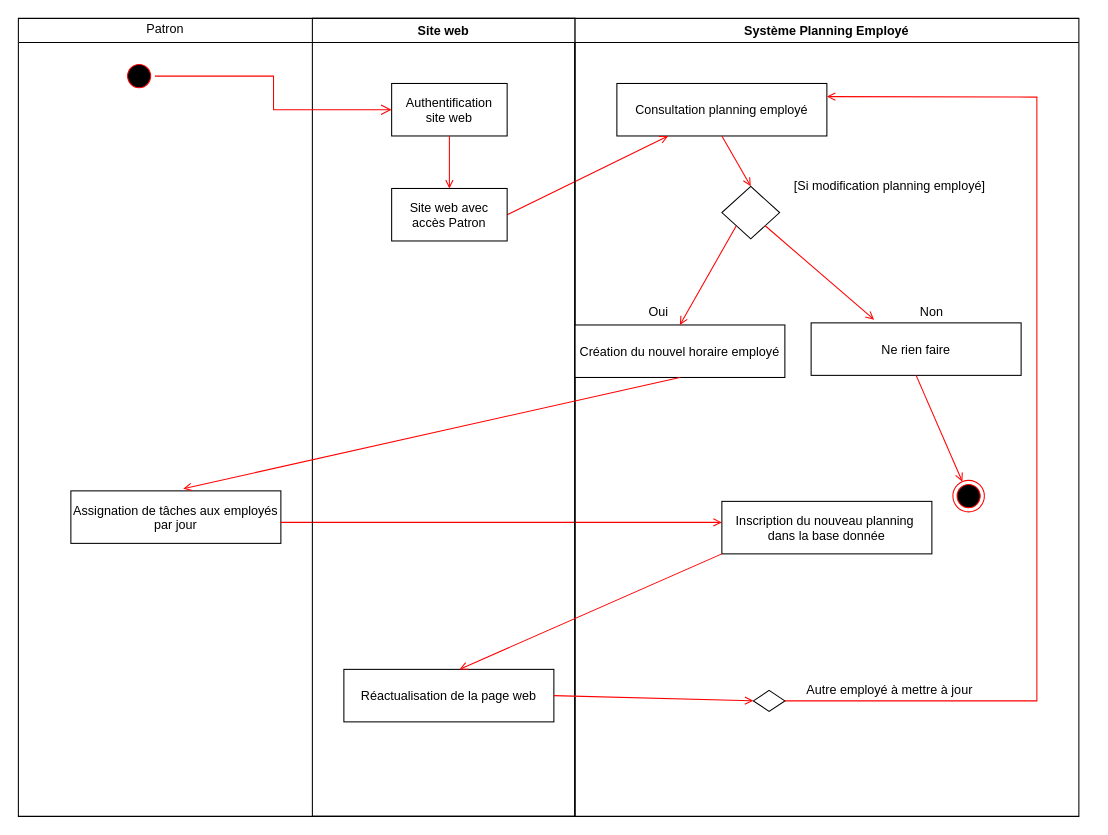
This is diagramme_activite.drawio from NHatim/aca, a draw.io file, before an edit. Source tidied: cells renumbered, new cells numbered last; positions are measured from the earlier drawing's top-left corner, leaving out a move shared by most shapes. Both pictures are drawn from the tidied source at 105%, with x=0, y=0 at pixel (18, 18).
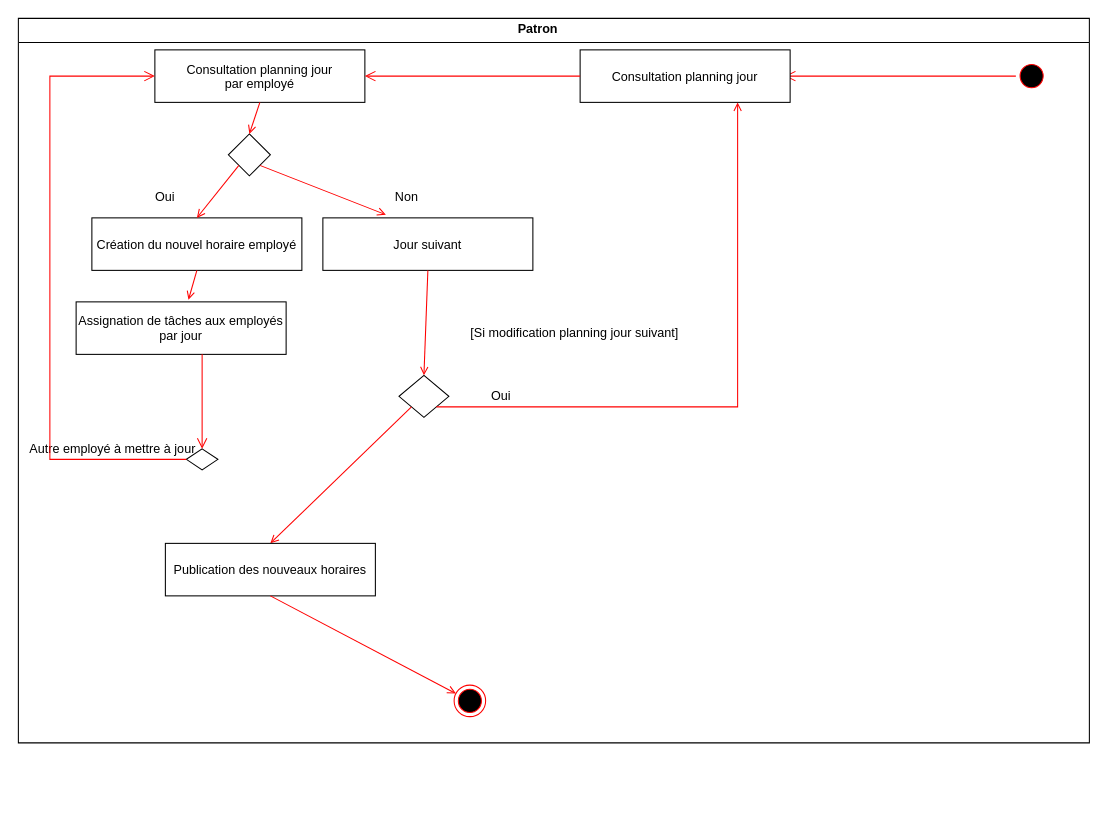
The same diagram, later.

What changed in the source:
```diff
@@
     <mxCell id="2" style="swimlane;whiteSpace=wrap;" parent="1" vertex="1">
-      <mxGeometry width="530" height="760" as="geometry" />
+      <mxGeometry width="1020" height="690" as="geometry" />
     </mxCell>
     <mxCell id="3" style="ellipse;shape=startState;fillColor=#000000;strokeColor=#ff0000;" parent="2" vertex="1">
-      <mxGeometry x="100" y="40" width="30" height="30" as="geometry" />
+      <mxGeometry x="950" y="40" width="30" height="30" as="geometry" />
     </mxCell>
-    <mxCell id="4" value="Patron" style="text;html=1;strokeColor=none;fillColor=none;align=center;verticalAlign=middle;whiteSpace=wrap;rounded=0;" parent="2" vertex="1">
-      <mxGeometry x="100" width="80" height="20" as="geometry" />
+    <mxCell id="4" value="Patron" style="text;html=1;strokeColor=none;fillColor=none;align=center;verticalAlign=middle;whiteSpace=wrap;rounded=0;fontStyle=1;" parent="2" vertex="1">
+      <mxGeometry x="455" width="80" height="20" as="geometry" />
     </mxCell>
-    <mxCell id="5" value="Réactualisation de la page web" parent="2" vertex="1">
-      <mxGeometry x="310" y="620" width="200" height="50" as="geometry" />
-    </mxCell>
     <mxCell id="6" value="Assignation de tâches aux employés&#10;par jour" parent="2" vertex="1">
-      <mxGeometry x="50" y="450" width="200" height="50" as="geometry" />
+      <mxGeometry x="55" y="270" width="200" height="50" as="geometry" />
     </mxCell>
-    <mxCell id="7" style="endArrow=open;strokeColor=#FF0000;endFill=1;rounded=0;" parent="2" edge="1">
-      <mxGeometry relative="1" as="geometry">
-        <mxPoint x="250" y="480" as="sourcePoint" />
-        <mxPoint x="670" y="480" as="targetPoint" />
-      </mxGeometry>
-    </mxCell>
-    <mxCell id="8" value="Système Planning Employé" style="swimlane;whiteSpace=wrap;" parent="1" vertex="1">
-      <mxGeometry x="530" width="480" height="760" as="geometry" />
-    </mxCell>
-    <mxCell id="9" value="Consultation planning employé" parent="8" vertex="1">
-      <mxGeometry x="40" y="62" width="200" height="50" as="geometry" />
+    <mxCell id="9" value="Consultation planning jour&#10;par employé" parent="2" vertex="1">
+      <mxGeometry x="130" y="30" width="200" height="50" as="geometry" />
     </mxCell>
+    <mxCell id="11" style="rhombus;whiteSpace=wrap;html=1;" parent="2" vertex="1">
+      <mxGeometry x="200" y="110" width="40" height="40" as="geometry" />
+    </mxCell>
-    <mxCell id="10" style="endArrow=open;strokeColor=#FF0000;endFill=1;rounded=0;entryX=0.5;entryY=0;entryDx=0;entryDy=0;exitX=0.5;exitY=1;exitDx=0;exitDy=0;" parent="8" edge="1" source="9" target="11">
+    <mxCell id="10" style="endArrow=open;strokeColor=#FF0000;endFill=1;rounded=0;entryX=0.5;entryY=0;entryDx=0;entryDy=0;exitX=0.5;exitY=1;exitDx=0;exitDy=0;" parent="2" edge="1" source="9" target="11">
       <mxGeometry relative="1" as="geometry" />
     </mxCell>
-    <mxCell id="11" style="rhombus;whiteSpace=wrap;html=1;" parent="8" vertex="1">
-      <mxGeometry x="140" y="160" width="55" height="50" as="geometry" />
-    </mxCell>
+    <mxCell id="16" value="Création du nouvel horaire employé" parent="2" vertex="1">
+      <mxGeometry x="70" y="190" width="200" height="50" as="geometry" />
+    </mxCell>
+    <mxCell id="31" style="endArrow=open;strokeColor=#FF0000;endFill=1;rounded=0;exitX=0.5;exitY=1;exitDx=0;exitDy=0;entryX=0.535;entryY=-0.04;entryDx=0;entryDy=0;entryPerimeter=0;" parent="2" edge="1" source="16" target="6">
+      <mxGeometry relative="1" as="geometry" />
+    </mxCell>
+    <mxCell id="18" style="endArrow=open;strokeColor=#FF0000;endFill=1;rounded=0;exitX=0;exitY=1;exitDx=0;exitDy=0;entryX=0.5;entryY=0;entryDx=0;entryDy=0;" parent="2" edge="1" source="11" target="16">
+      <mxGeometry relative="1" as="geometry" />
+    </mxCell>
+    <mxCell id="17" value="Jour suivant" parent="2" vertex="1">
+      <mxGeometry x="290" y="190" width="200" height="50" as="geometry" />
+    </mxCell>
+    <mxCell id="15" style="endArrow=open;strokeColor=#FF0000;endFill=1;rounded=0;exitX=1;exitY=1;exitDx=0;exitDy=0;entryX=0.3;entryY=-0.06;entryDx=0;entryDy=0;entryPerimeter=0;" parent="2" edge="1" source="11" target="17">
+      <mxGeometry relative="1" as="geometry" />
+    </mxCell>
+    <mxCell id="14" value="Non" style="text;html=1;strokeColor=none;fillColor=none;align=center;verticalAlign=middle;whiteSpace=wrap;rounded=0;" parent="2" vertex="1">
+      <mxGeometry x="350" y="160" width="40" height="20" as="geometry" />
+    </mxCell>
+    <mxCell id="13" value="Oui" style="text;html=1;strokeColor=none;fillColor=none;align=center;verticalAlign=middle;whiteSpace=wrap;rounded=0;" parent="2" vertex="1">
+      <mxGeometry x="120" y="160" width="40" height="20" as="geometry" />
+    </mxCell>
-    <mxCell id="12" value="[Si modification planning employé]" style="text;html=1;strokeColor=none;fillColor=none;align=center;verticalAlign=middle;whiteSpace=wrap;rounded=0;" parent="8" vertex="1">
-      <mxGeometry x="180" y="150" width="240" height="20" as="geometry" />
+    <mxCell id="12" value="[Si modification planning jour suivant]" style="text;html=1;strokeColor=none;fillColor=none;align=center;verticalAlign=middle;whiteSpace=wrap;rounded=0;" parent="2" vertex="1">
+      <mxGeometry x="410" y="290" width="240" height="20" as="geometry" />
     </mxCell>
-    <mxCell id="13" value="Oui" style="text;html=1;strokeColor=none;fillColor=none;align=center;verticalAlign=middle;whiteSpace=wrap;rounded=0;" parent="8" vertex="1">
-      <mxGeometry x="60" y="270" width="40" height="20" as="geometry" />
-    </mxCell>
-    <mxCell id="14" value="Non" style="text;html=1;strokeColor=none;fillColor=none;align=center;verticalAlign=middle;whiteSpace=wrap;rounded=0;" parent="8" vertex="1">
-      <mxGeometry x="320" y="270" width="40" height="20" as="geometry" />
-    </mxCell>
-    <mxCell id="15" style="endArrow=open;strokeColor=#FF0000;endFill=1;rounded=0;exitX=1;exitY=1;exitDx=0;exitDy=0;entryX=0.3;entryY=-0.06;entryDx=0;entryDy=0;entryPerimeter=0;" parent="8" edge="1" source="11" target="17">
-      <mxGeometry relative="1" as="geometry" />
-    </mxCell>
-    <mxCell id="16" value="Création du nouvel horaire employé" parent="8" vertex="1">
-      <mxGeometry y="292" width="200" height="50" as="geometry" />
-    </mxCell>
-    <mxCell id="17" value="Ne rien faire" parent="8" vertex="1">
-      <mxGeometry x="225" y="290" width="200" height="50" as="geometry" />
-    </mxCell>
-    <mxCell id="18" style="endArrow=open;strokeColor=#FF0000;endFill=1;rounded=0;exitX=0;exitY=1;exitDx=0;exitDy=0;entryX=0.5;entryY=0;entryDx=0;entryDy=0;" parent="8" edge="1" source="11" target="16">
-      <mxGeometry relative="1" as="geometry" />
-    </mxCell>
-    <mxCell id="19" style="ellipse;html=1;shape=endState;fillColor=#000000;strokeColor=#ff0000;" parent="8" vertex="1">
-      <mxGeometry x="360" y="440" width="30" height="30" as="geometry" />
-    </mxCell>
+    <mxCell id="22" style="rhombus;whiteSpace=wrap;html=1;" parent="2" vertex="1">
+      <mxGeometry x="160" y="410" width="30" height="20" as="geometry" />
+    </mxCell>
+    <mxCell id="24" value="Autre employé à mettre à jour" style="text;html=1;strokeColor=none;fillColor=none;align=center;verticalAlign=middle;whiteSpace=wrap;rounded=0;" parent="2" vertex="1">
+      <mxGeometry y="400" width="180" height="20" as="geometry" />
+    </mxCell>
+    <mxCell id="30" style="edgeStyle=elbowEdgeStyle;elbow=horizontal;verticalAlign=bottom;endArrow=open;endSize=8;strokeColor=#FF0000;endFill=1;rounded=0;" parent="2" edge="1" source="3">
+      <mxGeometry x="164.5" y="40" as="geometry">
+        <mxPoint x="730" y="55" as="targetPoint" />
+      </mxGeometry>
+    </mxCell>
+    <mxCell id="34" style="edgeStyle=elbowEdgeStyle;elbow=horizontal;verticalAlign=bottom;endArrow=open;endSize=8;strokeColor=#FF0000;endFill=1;rounded=0;entryX=0.5;entryY=0;entryDx=0;entryDy=0;" parent="2" edge="1" source="6" target="22">
+      <mxGeometry x="84.5" y="10" as="geometry" />
+    </mxCell>
+    <mxCell id="23" style="edgeStyle=elbowEdgeStyle;elbow=horizontal;verticalAlign=bottom;endArrow=open;endSize=8;strokeColor=#FF0000;endFill=1;rounded=0;entryX=0;entryY=0.5;entryDx=0;entryDy=0;exitX=0;exitY=0.5;exitDx=0;exitDy=0;" parent="2" edge="1" source="22" target="9">
+      <mxGeometry x="84.5" y="10" as="geometry">
+        <Array as="points">
+          <mxPoint x="30" y="210" />
+        </Array>
+      </mxGeometry>
+    </mxCell>
+    <mxCell id="35" value="Consultation planning jour" parent="2" vertex="1">
+      <mxGeometry x="535" y="30" width="200" height="50" as="geometry" />
+    </mxCell>
+    <mxCell id="36" style="edgeStyle=elbowEdgeStyle;elbow=horizontal;verticalAlign=bottom;endArrow=open;endSize=8;strokeColor=#FF0000;endFill=1;rounded=0;entryX=1;entryY=0.5;entryDx=0;entryDy=0;exitX=0;exitY=0.5;exitDx=0;exitDy=0;" parent="2" edge="1" source="35" target="9">
+      <mxGeometry x="84.5" y="20" as="geometry" />
+    </mxCell>
-    <mxCell id="20" style="endArrow=open;strokeColor=#FF0000;endFill=1;rounded=0;exitX=0.5;exitY=1;exitDx=0;exitDy=0;" parent="8" edge="1" source="17" target="19">
+    <mxCell id="20" style="endArrow=open;strokeColor=#FF0000;endFill=1;rounded=0;exitX=0.5;exitY=1;exitDx=0;exitDy=0;entryX=0.5;entryY=0;entryDx=0;entryDy=0;" parent="2" edge="1" source="17" target="37">
       <mxGeometry relative="1" as="geometry" />
     </mxCell>
-    <mxCell id="21" value="Inscription du nouveau planning &#10;dans la base donnée" parent="8" vertex="1">
-      <mxGeometry x="140" y="460" width="200" height="50" as="geometry" />
-    </mxCell>
-    <mxCell id="22" style="rhombus;whiteSpace=wrap;html=1;" parent="8" vertex="1">
-      <mxGeometry x="170" y="640" width="30" height="20" as="geometry" />
-    </mxCell>
-    <mxCell id="23" style="endArrow=open;strokeColor=#FF0000;endFill=1;rounded=0;exitX=1;exitY=0.5;exitDx=0;exitDy=0;entryX=1;entryY=0.25;entryDx=0;entryDy=0;" parent="8" edge="1" source="22" target="9">
-      <mxGeometry relative="1" as="geometry">
-        <Array as="points">
-          <mxPoint x="440" y="650" />
-          <mxPoint x="440" y="75" />
-        </Array>
-      </mxGeometry>
-    </mxCell>
-    <mxCell id="24" value="Autre employé à mettre à jour" style="text;html=1;strokeColor=none;fillColor=none;align=center;verticalAlign=middle;whiteSpace=wrap;rounded=0;" parent="8" vertex="1">
-      <mxGeometry x="210" y="630" width="180" height="20" as="geometry" />
-    </mxCell>
-    <mxCell id="25" style="endArrow=open;strokeColor=#FF0000;endFill=1;rounded=0;exitX=1;exitY=0.5;exitDx=0;exitDy=0;" parent="1" edge="1" source="28" target="9">
-      <mxGeometry relative="1" as="geometry" />
-    </mxCell>
-    <mxCell id="26" value="Site web" style="swimlane;whiteSpace=wrap;startSize=23;" parent="1" vertex="1">
-      <mxGeometry x="280" width="250" height="760" as="geometry" />
-    </mxCell>
-    <mxCell id="27" value="Authentification&#10;site web" parent="26" vertex="1">
-      <mxGeometry x="75.5" y="62" width="110" height="50" as="geometry" />
-    </mxCell>
-    <mxCell id="28" value="Site web avec&#10;accès Patron" parent="26" vertex="1">
-      <mxGeometry x="75.5" y="162" width="110" height="50" as="geometry" />
-    </mxCell>
-    <mxCell id="29" style="endArrow=open;strokeColor=#FF0000;endFill=1;rounded=0;exitX=0.5;exitY=1;exitDx=0;exitDy=0;entryX=0.5;entryY=0;entryDx=0;entryDy=0;" parent="26" edge="1" source="27" target="28">
-      <mxGeometry relative="1" as="geometry" />
-    </mxCell>
-    <mxCell id="30" style="edgeStyle=elbowEdgeStyle;elbow=horizontal;verticalAlign=bottom;endArrow=open;endSize=8;strokeColor=#FF0000;endFill=1;rounded=0;" parent="1" edge="1" source="3" target="27">
-      <mxGeometry x="254.5" y="80" as="geometry" />
-    </mxCell>
-    <mxCell id="31" style="endArrow=open;strokeColor=#FF0000;endFill=1;rounded=0;exitX=0.5;exitY=1;exitDx=0;exitDy=0;entryX=0.535;entryY=-0.04;entryDx=0;entryDy=0;entryPerimeter=0;" parent="1" edge="1" source="16" target="6">
-      <mxGeometry relative="1" as="geometry" />
-    </mxCell>
-    <mxCell id="32" style="endArrow=open;strokeColor=#FF0000;endFill=1;rounded=0;exitX=0;exitY=1;exitDx=0;exitDy=0;" parent="1" edge="1" source="21">
-      <mxGeometry relative="1" as="geometry">
-        <mxPoint x="420" y="620" as="targetPoint" />
-      </mxGeometry>
-    </mxCell>
-    <mxCell id="33" style="endArrow=open;strokeColor=#FF0000;endFill=1;rounded=0;entryX=0;entryY=0.5;entryDx=0;entryDy=0;" parent="1" edge="1" target="22">
-      <mxGeometry relative="1" as="geometry">
-        <mxPoint x="510" y="645" as="sourcePoint" />
-      </mxGeometry>
-    </mxCell>
+    <mxCell id="37" style="rhombus;whiteSpace=wrap;html=1;" parent="2" vertex="1">
+      <mxGeometry x="362.5" y="340" width="47.5" height="40" as="geometry" />
+    </mxCell>
+    <mxCell id="38" style="endArrow=open;strokeColor=#FF0000;endFill=1;rounded=0;exitX=0;exitY=1;exitDx=0;exitDy=0;entryX=0.5;entryY=0;entryDx=0;entryDy=0;" parent="2" edge="1" source="37" target="41">
+      <mxGeometry relative="1" as="geometry" />
+    </mxCell>
+    <mxCell id="39" style="endArrow=open;strokeColor=#FF0000;endFill=1;rounded=0;exitX=1;exitY=1;exitDx=0;exitDy=0;entryX=0.75;entryY=1;entryDx=0;entryDy=0;" parent="2" edge="1" source="37" target="35">
+      <mxGeometry relative="1" as="geometry">
+        <Array as="points">
+          <mxPoint x="685" y="370" />
+        </Array>
+      </mxGeometry>
+    </mxCell>
+    <mxCell id="40" value="Oui" style="text;html=1;strokeColor=none;fillColor=none;align=center;verticalAlign=middle;whiteSpace=wrap;rounded=0;" parent="2" vertex="1">
+      <mxGeometry x="440" y="350" width="40" height="20" as="geometry" />
+    </mxCell>
+    <mxCell id="41" value="Publication des nouveaux horaires" parent="2" vertex="1">
+      <mxGeometry x="140" y="500" width="200" height="50" as="geometry" />
+    </mxCell>
+    <mxCell id="42" style="endArrow=open;strokeColor=#FF0000;endFill=1;rounded=0;exitX=0.5;exitY=1;exitDx=0;exitDy=0;" parent="1" edge="1" source="41" target="43">
+      <mxGeometry relative="1" as="geometry" />
+    </mxCell>
+    <mxCell id="43" style="ellipse;html=1;shape=endState;fillColor=#000000;strokeColor=#ff0000;" parent="1" vertex="1">
+      <mxGeometry x="415" y="635" width="30" height="30" as="geometry" />
+    </mxCell>
```
